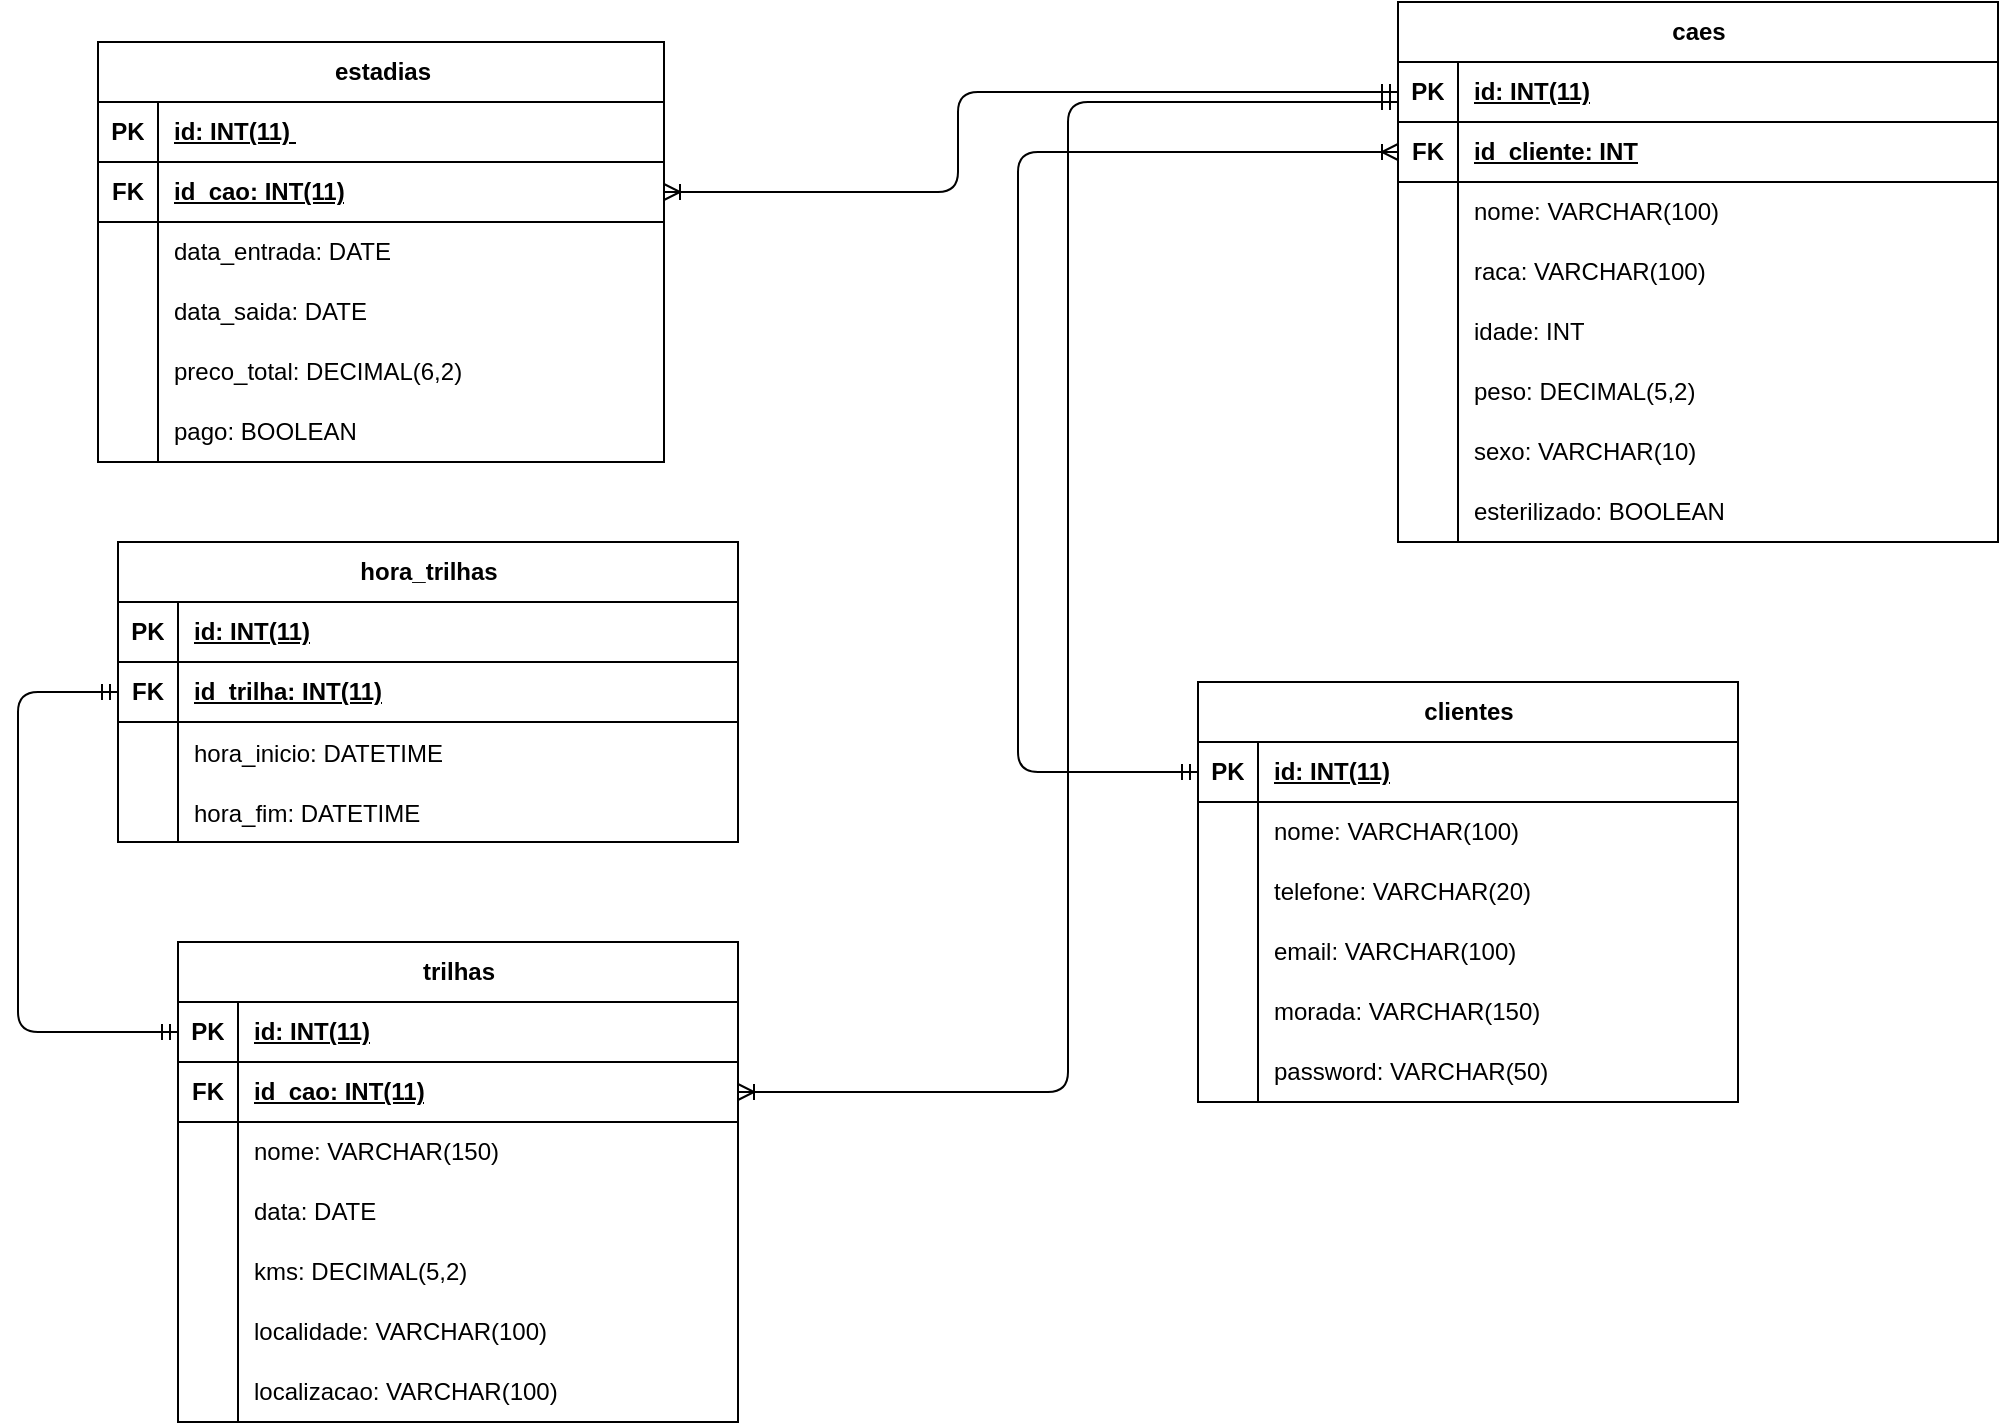
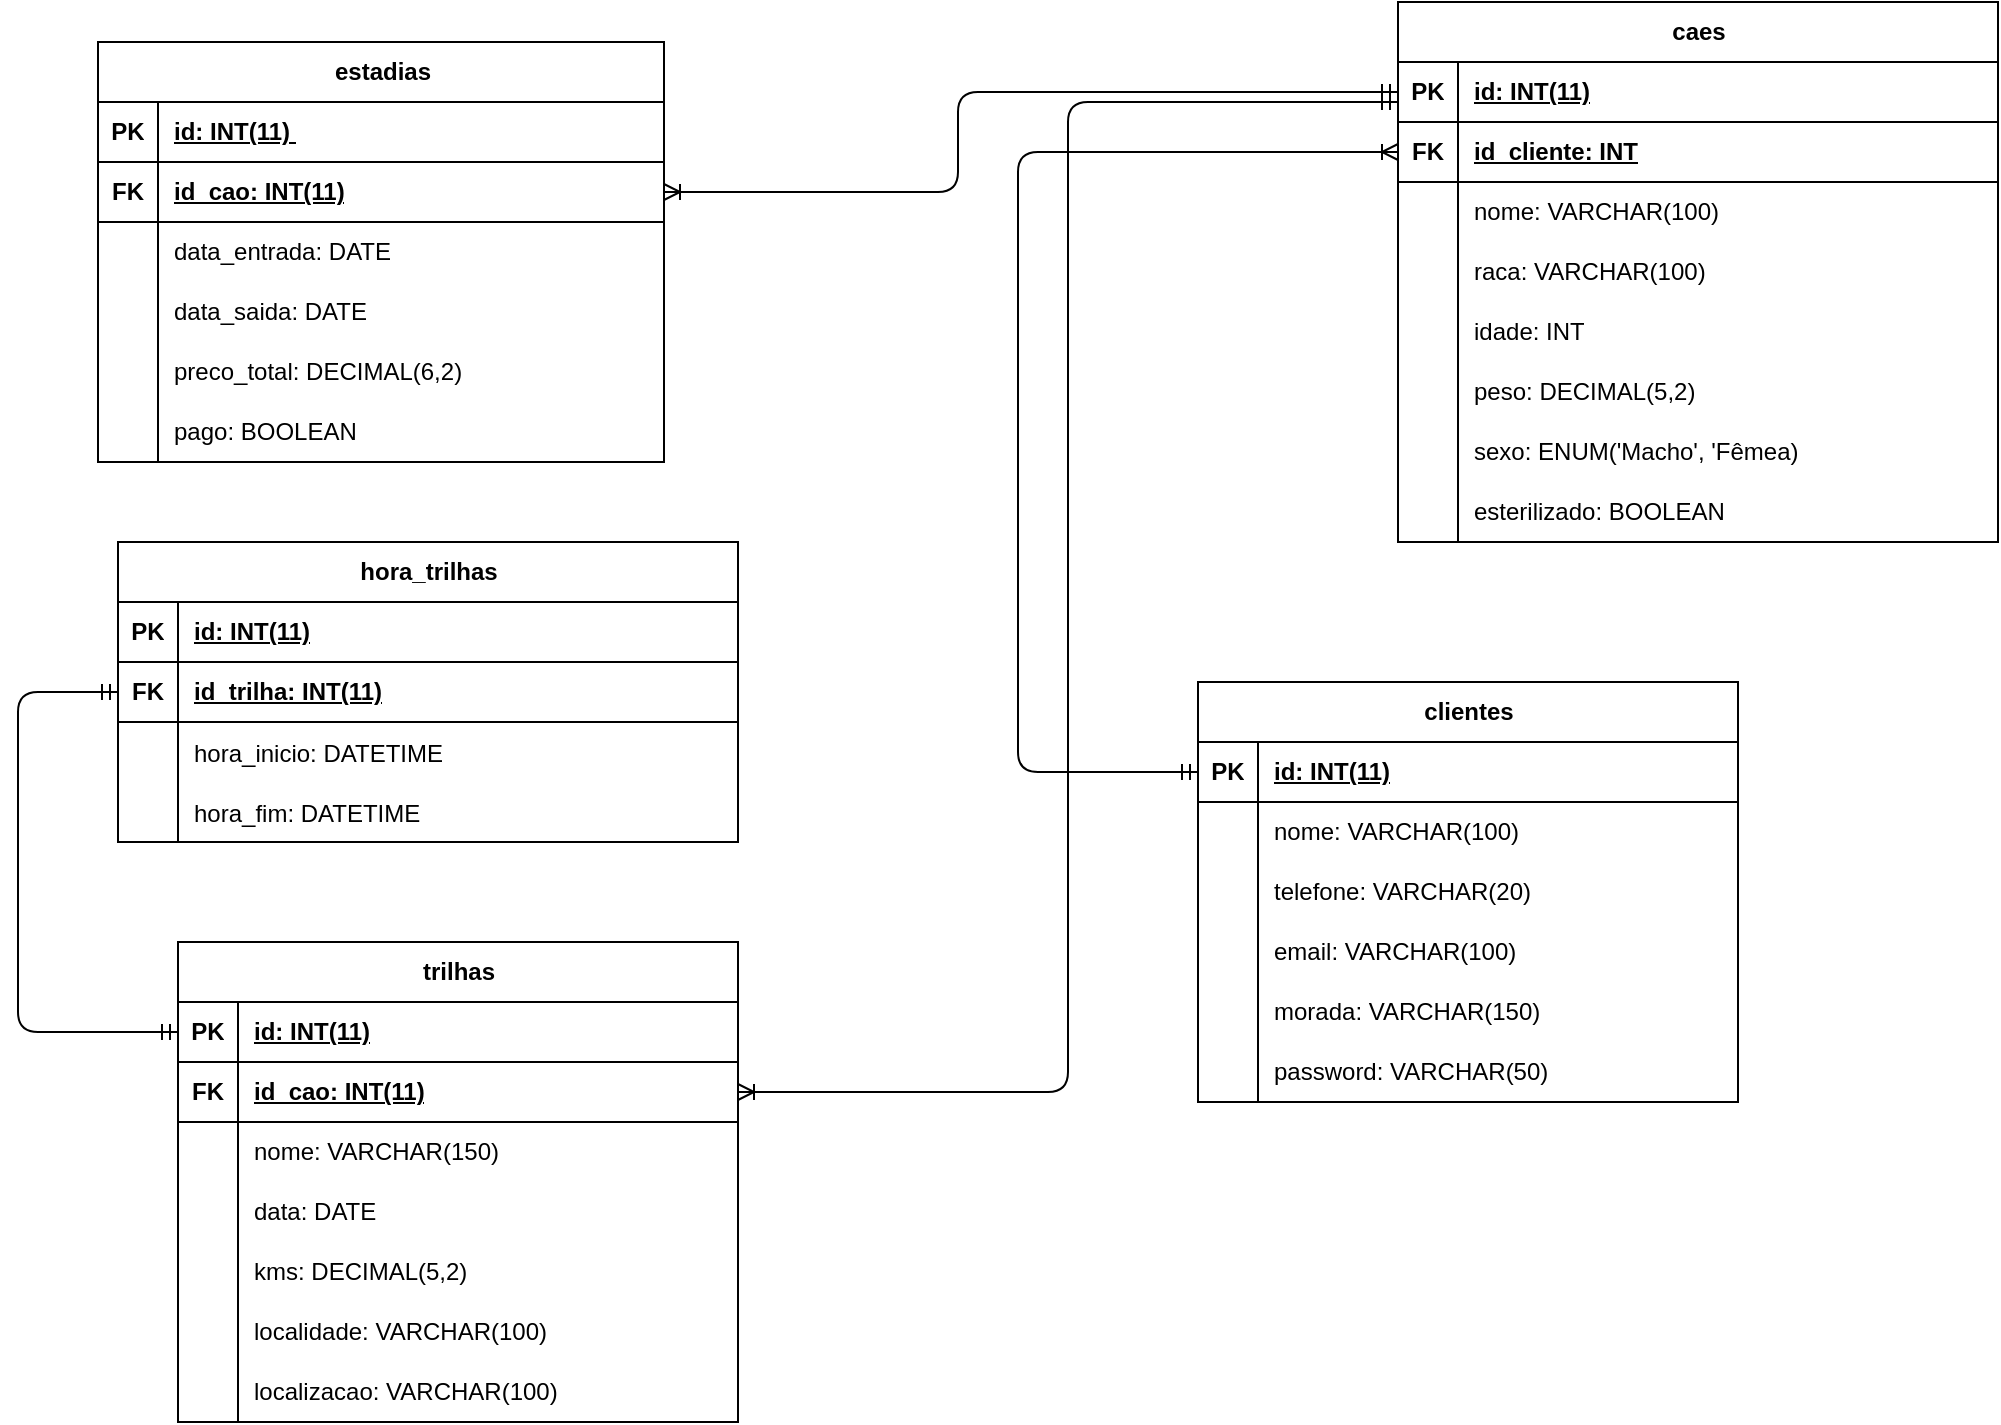
<mxfile host="65bd71144e">
    <diagram id="qsuWvYv3qOpMwH8im1zI" name="Page-1">
-         <mxGraphModel dx="1538" dy="1879" grid="1" gridSize="10" guides="1" tooltips="1" connect="1" arrows="1" fold="1" page="1" pageScale="1" pageWidth="850" pageHeight="1100" math="0" shadow="0">
+         <mxGraphModel dx="540" dy="1879" grid="1" gridSize="10" guides="1" tooltips="1" connect="1" arrows="1" fold="1" page="1" pageScale="1" pageWidth="850" pageHeight="1100" math="0" shadow="0">
            <root>
                <mxCell id="0"/>
                <mxCell id="1" parent="0"/>
                <mxCell id="52" value="estadias" style="shape=table;startSize=30;container=1;collapsible=1;childLayout=tableLayout;fixedRows=1;rowLines=0;fontStyle=1;align=center;resizeLast=1;html=1;" parent="1" vertex="1">
                    <mxGeometry x="150" y="-40" width="283" height="210" as="geometry"/>
                </mxCell>
                <mxCell id="53" value="" style="shape=tableRow;horizontal=0;startSize=0;swimlaneHead=0;swimlaneBody=0;fillColor=none;collapsible=0;dropTarget=0;points=[[0,0.5],[1,0.5]];portConstraint=eastwest;top=0;left=0;right=0;bottom=1;" parent="52" vertex="1">
                    <mxGeometry y="30" width="283" height="30" as="geometry"/>
                </mxCell>
                <mxCell id="54" value="PK" style="shape=partialRectangle;connectable=0;fillColor=none;top=0;left=0;bottom=0;right=0;fontStyle=1;overflow=hidden;whiteSpace=wrap;html=1;" parent="53" vertex="1">
                    <mxGeometry width="30" height="30" as="geometry">
                        <mxRectangle width="30" height="30" as="alternateBounds"/>
                    </mxGeometry>
                </mxCell>
                <mxCell id="55" value="id: INT(11)&amp;nbsp;" style="shape=partialRectangle;connectable=0;fillColor=none;top=0;left=0;bottom=0;right=0;align=left;spacingLeft=6;fontStyle=5;overflow=hidden;whiteSpace=wrap;html=1;" parent="53" vertex="1">
                    <mxGeometry x="30" width="253" height="30" as="geometry">
                        <mxRectangle width="253" height="30" as="alternateBounds"/>
                    </mxGeometry>
                </mxCell>
                <mxCell id="65" style="shape=tableRow;horizontal=0;startSize=0;swimlaneHead=0;swimlaneBody=0;fillColor=none;collapsible=0;dropTarget=0;points=[[0,0.5],[1,0.5]];portConstraint=eastwest;top=0;left=0;right=0;bottom=1;" parent="52" vertex="1">
                    <mxGeometry y="60" width="283" height="30" as="geometry"/>
                </mxCell>
                <mxCell id="66" value="FK" style="shape=partialRectangle;connectable=0;fillColor=none;top=0;left=0;bottom=0;right=0;fontStyle=1;overflow=hidden;whiteSpace=wrap;html=1;" parent="65" vertex="1">
                    <mxGeometry width="30" height="30" as="geometry">
                        <mxRectangle width="30" height="30" as="alternateBounds"/>
                    </mxGeometry>
                </mxCell>
                <mxCell id="67" value="id_cao: INT(11)" style="shape=partialRectangle;connectable=0;fillColor=none;top=0;left=0;bottom=0;right=0;align=left;spacingLeft=6;fontStyle=5;overflow=hidden;whiteSpace=wrap;html=1;" parent="65" vertex="1">
                    <mxGeometry x="30" width="253" height="30" as="geometry">
                        <mxRectangle width="253" height="30" as="alternateBounds"/>
                    </mxGeometry>
                </mxCell>
                <mxCell id="56" value="" style="shape=tableRow;horizontal=0;startSize=0;swimlaneHead=0;swimlaneBody=0;fillColor=none;collapsible=0;dropTarget=0;points=[[0,0.5],[1,0.5]];portConstraint=eastwest;top=0;left=0;right=0;bottom=0;" parent="52" vertex="1">
                    <mxGeometry y="90" width="283" height="30" as="geometry"/>
                </mxCell>
                <mxCell id="57" value="" style="shape=partialRectangle;connectable=0;fillColor=none;top=0;left=0;bottom=0;right=0;editable=1;overflow=hidden;whiteSpace=wrap;html=1;" parent="56" vertex="1">
                    <mxGeometry width="30" height="30" as="geometry">
                        <mxRectangle width="30" height="30" as="alternateBounds"/>
                    </mxGeometry>
                </mxCell>
                <mxCell id="58" value="data_entrada: DATE" style="shape=partialRectangle;connectable=0;fillColor=none;top=0;left=0;bottom=0;right=0;align=left;spacingLeft=6;overflow=hidden;whiteSpace=wrap;html=1;" parent="56" vertex="1">
                    <mxGeometry x="30" width="253" height="30" as="geometry">
                        <mxRectangle width="253" height="30" as="alternateBounds"/>
                    </mxGeometry>
                </mxCell>
                <mxCell id="59" value="" style="shape=tableRow;horizontal=0;startSize=0;swimlaneHead=0;swimlaneBody=0;fillColor=none;collapsible=0;dropTarget=0;points=[[0,0.5],[1,0.5]];portConstraint=eastwest;top=0;left=0;right=0;bottom=0;" parent="52" vertex="1">
                    <mxGeometry y="120" width="283" height="30" as="geometry"/>
                </mxCell>
                <mxCell id="60" value="" style="shape=partialRectangle;connectable=0;fillColor=none;top=0;left=0;bottom=0;right=0;editable=1;overflow=hidden;whiteSpace=wrap;html=1;" parent="59" vertex="1">
                    <mxGeometry width="30" height="30" as="geometry">
                        <mxRectangle width="30" height="30" as="alternateBounds"/>
                    </mxGeometry>
                </mxCell>
                <mxCell id="61" value="data_saida: DATE" style="shape=partialRectangle;connectable=0;fillColor=none;top=0;left=0;bottom=0;right=0;align=left;spacingLeft=6;overflow=hidden;whiteSpace=wrap;html=1;" parent="59" vertex="1">
                    <mxGeometry x="30" width="253" height="30" as="geometry">
                        <mxRectangle width="253" height="30" as="alternateBounds"/>
                    </mxGeometry>
                </mxCell>
                <mxCell id="62" value="" style="shape=tableRow;horizontal=0;startSize=0;swimlaneHead=0;swimlaneBody=0;fillColor=none;collapsible=0;dropTarget=0;points=[[0,0.5],[1,0.5]];portConstraint=eastwest;top=0;left=0;right=0;bottom=0;" parent="52" vertex="1">
                    <mxGeometry y="150" width="283" height="30" as="geometry"/>
                </mxCell>
                <mxCell id="63" value="" style="shape=partialRectangle;connectable=0;fillColor=none;top=0;left=0;bottom=0;right=0;editable=1;overflow=hidden;whiteSpace=wrap;html=1;" parent="62" vertex="1">
                    <mxGeometry width="30" height="30" as="geometry">
                        <mxRectangle width="30" height="30" as="alternateBounds"/>
                    </mxGeometry>
                </mxCell>
                <mxCell id="64" value="&lt;span style=&quot;color: rgb(0, 0, 0);&quot;&gt;preco_total: DECIMAL(6,2)&amp;nbsp;&lt;/span&gt;" style="shape=partialRectangle;connectable=0;fillColor=none;top=0;left=0;bottom=0;right=0;align=left;spacingLeft=6;overflow=hidden;whiteSpace=wrap;html=1;" parent="62" vertex="1">
                    <mxGeometry x="30" width="253" height="30" as="geometry">
                        <mxRectangle width="253" height="30" as="alternateBounds"/>
                    </mxGeometry>
                </mxCell>
                <mxCell id="68" style="shape=tableRow;horizontal=0;startSize=0;swimlaneHead=0;swimlaneBody=0;fillColor=none;collapsible=0;dropTarget=0;points=[[0,0.5],[1,0.5]];portConstraint=eastwest;top=0;left=0;right=0;bottom=0;" parent="52" vertex="1">
                    <mxGeometry y="180" width="283" height="30" as="geometry"/>
                </mxCell>
                <mxCell id="69" style="shape=partialRectangle;connectable=0;fillColor=none;top=0;left=0;bottom=0;right=0;editable=1;overflow=hidden;whiteSpace=wrap;html=1;" parent="68" vertex="1">
                    <mxGeometry width="30" height="30" as="geometry">
                        <mxRectangle width="30" height="30" as="alternateBounds"/>
                    </mxGeometry>
                </mxCell>
                <mxCell id="70" value="&lt;span style=&quot;color: rgb(0, 0, 0);&quot;&gt;pago: BOOLEAN&lt;/span&gt;" style="shape=partialRectangle;connectable=0;fillColor=none;top=0;left=0;bottom=0;right=0;align=left;spacingLeft=6;overflow=hidden;whiteSpace=wrap;html=1;" parent="68" vertex="1">
                    <mxGeometry x="30" width="253" height="30" as="geometry">
                        <mxRectangle width="253" height="30" as="alternateBounds"/>
                    </mxGeometry>
                </mxCell>
                <mxCell id="71" value="caes" style="shape=table;startSize=30;container=1;collapsible=1;childLayout=tableLayout;fixedRows=1;rowLines=0;fontStyle=1;align=center;resizeLast=1;html=1;" parent="1" vertex="1">
                    <mxGeometry x="800" y="-60" width="300" height="270" as="geometry"/>
                </mxCell>
                <mxCell id="72" value="" style="shape=tableRow;horizontal=0;startSize=0;swimlaneHead=0;swimlaneBody=0;fillColor=none;collapsible=0;dropTarget=0;points=[[0,0.5],[1,0.5]];portConstraint=eastwest;top=0;left=0;right=0;bottom=1;" parent="71" vertex="1">
                    <mxGeometry y="30" width="300" height="30" as="geometry"/>
                </mxCell>
                <mxCell id="73" value="PK" style="shape=partialRectangle;connectable=0;fillColor=none;top=0;left=0;bottom=0;right=0;fontStyle=1;overflow=hidden;whiteSpace=wrap;html=1;" parent="72" vertex="1">
                    <mxGeometry width="30" height="30" as="geometry">
                        <mxRectangle width="30" height="30" as="alternateBounds"/>
                    </mxGeometry>
                </mxCell>
                <mxCell id="74" value="id: INT(11)" style="shape=partialRectangle;connectable=0;fillColor=none;top=0;left=0;bottom=0;right=0;align=left;spacingLeft=6;fontStyle=5;overflow=hidden;whiteSpace=wrap;html=1;" parent="72" vertex="1">
                    <mxGeometry x="30" width="270" height="30" as="geometry">
                        <mxRectangle width="270" height="30" as="alternateBounds"/>
                    </mxGeometry>
                </mxCell>
                <mxCell id="97" style="shape=tableRow;horizontal=0;startSize=0;swimlaneHead=0;swimlaneBody=0;fillColor=none;collapsible=0;dropTarget=0;points=[[0,0.5],[1,0.5]];portConstraint=eastwest;top=0;left=0;right=0;bottom=1;" parent="71" vertex="1">
                    <mxGeometry y="60" width="300" height="30" as="geometry"/>
                </mxCell>
                <mxCell id="98" value="FK" style="shape=partialRectangle;connectable=0;fillColor=none;top=0;left=0;bottom=0;right=0;fontStyle=1;overflow=hidden;whiteSpace=wrap;html=1;" parent="97" vertex="1">
                    <mxGeometry width="30" height="30" as="geometry">
                        <mxRectangle width="30" height="30" as="alternateBounds"/>
                    </mxGeometry>
                </mxCell>
                <mxCell id="99" value="id_cliente: INT" style="shape=partialRectangle;connectable=0;fillColor=none;top=0;left=0;bottom=0;right=0;align=left;spacingLeft=6;fontStyle=5;overflow=hidden;whiteSpace=wrap;html=1;" parent="97" vertex="1">
                    <mxGeometry x="30" width="270" height="30" as="geometry">
                        <mxRectangle width="270" height="30" as="alternateBounds"/>
                    </mxGeometry>
                </mxCell>
                <mxCell id="75" value="" style="shape=tableRow;horizontal=0;startSize=0;swimlaneHead=0;swimlaneBody=0;fillColor=none;collapsible=0;dropTarget=0;points=[[0,0.5],[1,0.5]];portConstraint=eastwest;top=0;left=0;right=0;bottom=0;" parent="71" vertex="1">
                    <mxGeometry y="90" width="300" height="30" as="geometry"/>
                </mxCell>
                <mxCell id="76" value="" style="shape=partialRectangle;connectable=0;fillColor=none;top=0;left=0;bottom=0;right=0;editable=1;overflow=hidden;whiteSpace=wrap;html=1;" parent="75" vertex="1">
                    <mxGeometry width="30" height="30" as="geometry">
                        <mxRectangle width="30" height="30" as="alternateBounds"/>
                    </mxGeometry>
                </mxCell>
                <mxCell id="77" value="nome&lt;span style=&quot;color: rgb(0, 0, 0);&quot;&gt;: VARCHAR(100)&lt;/span&gt;" style="shape=partialRectangle;connectable=0;fillColor=none;top=0;left=0;bottom=0;right=0;align=left;spacingLeft=6;overflow=hidden;whiteSpace=wrap;html=1;" parent="75" vertex="1">
                    <mxGeometry x="30" width="270" height="30" as="geometry">
                        <mxRectangle width="270" height="30" as="alternateBounds"/>
                    </mxGeometry>
                </mxCell>
                <mxCell id="78" value="" style="shape=tableRow;horizontal=0;startSize=0;swimlaneHead=0;swimlaneBody=0;fillColor=none;collapsible=0;dropTarget=0;points=[[0,0.5],[1,0.5]];portConstraint=eastwest;top=0;left=0;right=0;bottom=0;" parent="71" vertex="1">
                    <mxGeometry y="120" width="300" height="30" as="geometry"/>
                </mxCell>
                <mxCell id="79" value="" style="shape=partialRectangle;connectable=0;fillColor=none;top=0;left=0;bottom=0;right=0;editable=1;overflow=hidden;whiteSpace=wrap;html=1;" parent="78" vertex="1">
                    <mxGeometry width="30" height="30" as="geometry">
                        <mxRectangle width="30" height="30" as="alternateBounds"/>
                    </mxGeometry>
                </mxCell>
                <mxCell id="80" value="raca&lt;span style=&quot;color: rgb(0, 0, 0);&quot;&gt;: VARCHAR(100)&lt;/span&gt;" style="shape=partialRectangle;connectable=0;fillColor=none;top=0;left=0;bottom=0;right=0;align=left;spacingLeft=6;overflow=hidden;whiteSpace=wrap;html=1;" parent="78" vertex="1">
                    <mxGeometry x="30" width="270" height="30" as="geometry">
                        <mxRectangle width="270" height="30" as="alternateBounds"/>
                    </mxGeometry>
                </mxCell>
                <mxCell id="81" value="" style="shape=tableRow;horizontal=0;startSize=0;swimlaneHead=0;swimlaneBody=0;fillColor=none;collapsible=0;dropTarget=0;points=[[0,0.5],[1,0.5]];portConstraint=eastwest;top=0;left=0;right=0;bottom=0;" parent="71" vertex="1">
                    <mxGeometry y="150" width="300" height="30" as="geometry"/>
                </mxCell>
                <mxCell id="82" value="" style="shape=partialRectangle;connectable=0;fillColor=none;top=0;left=0;bottom=0;right=0;editable=1;overflow=hidden;whiteSpace=wrap;html=1;" parent="81" vertex="1">
                    <mxGeometry width="30" height="30" as="geometry">
                        <mxRectangle width="30" height="30" as="alternateBounds"/>
                    </mxGeometry>
                </mxCell>
                <mxCell id="83" value="idade: INT" style="shape=partialRectangle;connectable=0;fillColor=none;top=0;left=0;bottom=0;right=0;align=left;spacingLeft=6;overflow=hidden;whiteSpace=wrap;html=1;" parent="81" vertex="1">
                    <mxGeometry x="30" width="270" height="30" as="geometry">
                        <mxRectangle width="270" height="30" as="alternateBounds"/>
                    </mxGeometry>
                </mxCell>
                <mxCell id="106" style="shape=tableRow;horizontal=0;startSize=0;swimlaneHead=0;swimlaneBody=0;fillColor=none;collapsible=0;dropTarget=0;points=[[0,0.5],[1,0.5]];portConstraint=eastwest;top=0;left=0;right=0;bottom=0;" parent="71" vertex="1">
                    <mxGeometry y="180" width="300" height="30" as="geometry"/>
                </mxCell>
                <mxCell id="107" style="shape=partialRectangle;connectable=0;fillColor=none;top=0;left=0;bottom=0;right=0;editable=1;overflow=hidden;whiteSpace=wrap;html=1;" parent="106" vertex="1">
                    <mxGeometry width="30" height="30" as="geometry">
                        <mxRectangle width="30" height="30" as="alternateBounds"/>
                    </mxGeometry>
                </mxCell>
                <mxCell id="108" value="peso: DECIMAL(5,2)" style="shape=partialRectangle;connectable=0;fillColor=none;top=0;left=0;bottom=0;right=0;align=left;spacingLeft=6;overflow=hidden;whiteSpace=wrap;html=1;" parent="106" vertex="1">
                    <mxGeometry x="30" width="270" height="30" as="geometry">
                        <mxRectangle width="270" height="30" as="alternateBounds"/>
                    </mxGeometry>
                </mxCell>
                <mxCell id="103" style="shape=tableRow;horizontal=0;startSize=0;swimlaneHead=0;swimlaneBody=0;fillColor=none;collapsible=0;dropTarget=0;points=[[0,0.5],[1,0.5]];portConstraint=eastwest;top=0;left=0;right=0;bottom=0;" parent="71" vertex="1">
                    <mxGeometry y="210" width="300" height="30" as="geometry"/>
                </mxCell>
                <mxCell id="104" style="shape=partialRectangle;connectable=0;fillColor=none;top=0;left=0;bottom=0;right=0;editable=1;overflow=hidden;whiteSpace=wrap;html=1;" parent="103" vertex="1">
                    <mxGeometry width="30" height="30" as="geometry">
                        <mxRectangle width="30" height="30" as="alternateBounds"/>
                    </mxGeometry>
                </mxCell>
-                 <mxCell id="105" value="sexo&lt;span style=&quot;color: rgb(0, 0, 0);&quot;&gt;: VARCHAR(10)&lt;/span&gt;" style="shape=partialRectangle;connectable=0;fillColor=none;top=0;left=0;bottom=0;right=0;align=left;spacingLeft=6;overflow=hidden;whiteSpace=wrap;html=1;" parent="103" vertex="1">
+                 <mxCell id="105" value="sexo&lt;span style=&quot;color: rgb(0, 0, 0);&quot;&gt;: ENUM(&#39;Macho&#39;, &#39;Fêmea)&lt;/span&gt;" style="shape=partialRectangle;connectable=0;fillColor=none;top=0;left=0;bottom=0;right=0;align=left;spacingLeft=6;overflow=hidden;whiteSpace=wrap;html=1;" parent="103" vertex="1">
                    <mxGeometry x="30" width="270" height="30" as="geometry">
                        <mxRectangle width="270" height="30" as="alternateBounds"/>
                    </mxGeometry>
                </mxCell>
                <mxCell id="100" style="shape=tableRow;horizontal=0;startSize=0;swimlaneHead=0;swimlaneBody=0;fillColor=none;collapsible=0;dropTarget=0;points=[[0,0.5],[1,0.5]];portConstraint=eastwest;top=0;left=0;right=0;bottom=0;" parent="71" vertex="1">
                    <mxGeometry y="240" width="300" height="30" as="geometry"/>
                </mxCell>
                <mxCell id="101" style="shape=partialRectangle;connectable=0;fillColor=none;top=0;left=0;bottom=0;right=0;editable=1;overflow=hidden;whiteSpace=wrap;html=1;" parent="100" vertex="1">
                    <mxGeometry width="30" height="30" as="geometry">
                        <mxRectangle width="30" height="30" as="alternateBounds"/>
                    </mxGeometry>
                </mxCell>
                <mxCell id="102" value="esterilizado: BOOLEAN" style="shape=partialRectangle;connectable=0;fillColor=none;top=0;left=0;bottom=0;right=0;align=left;spacingLeft=6;overflow=hidden;whiteSpace=wrap;html=1;" parent="100" vertex="1">
                    <mxGeometry x="30" width="270" height="30" as="geometry">
                        <mxRectangle width="270" height="30" as="alternateBounds"/>
                    </mxGeometry>
                </mxCell>
                <mxCell id="115" value="clientes" style="shape=table;startSize=30;container=1;collapsible=1;childLayout=tableLayout;fixedRows=1;rowLines=0;fontStyle=1;align=center;resizeLast=1;html=1;" parent="1" vertex="1">
                    <mxGeometry x="700" y="280" width="270" height="210" as="geometry"/>
                </mxCell>
                <mxCell id="116" value="" style="shape=tableRow;horizontal=0;startSize=0;swimlaneHead=0;swimlaneBody=0;fillColor=none;collapsible=0;dropTarget=0;points=[[0,0.5],[1,0.5]];portConstraint=eastwest;top=0;left=0;right=0;bottom=1;" parent="115" vertex="1">
                    <mxGeometry y="30" width="270" height="30" as="geometry"/>
                </mxCell>
                <mxCell id="117" value="PK" style="shape=partialRectangle;connectable=0;fillColor=none;top=0;left=0;bottom=0;right=0;fontStyle=1;overflow=hidden;whiteSpace=wrap;html=1;" parent="116" vertex="1">
                    <mxGeometry width="30" height="30" as="geometry">
                        <mxRectangle width="30" height="30" as="alternateBounds"/>
                    </mxGeometry>
                </mxCell>
                <mxCell id="118" value="id: INT(11)" style="shape=partialRectangle;connectable=0;fillColor=none;top=0;left=0;bottom=0;right=0;align=left;spacingLeft=6;fontStyle=5;overflow=hidden;whiteSpace=wrap;html=1;" parent="116" vertex="1">
                    <mxGeometry x="30" width="240" height="30" as="geometry">
                        <mxRectangle width="240" height="30" as="alternateBounds"/>
                    </mxGeometry>
                </mxCell>
                <mxCell id="119" value="" style="shape=tableRow;horizontal=0;startSize=0;swimlaneHead=0;swimlaneBody=0;fillColor=none;collapsible=0;dropTarget=0;points=[[0,0.5],[1,0.5]];portConstraint=eastwest;top=0;left=0;right=0;bottom=0;" parent="115" vertex="1">
                    <mxGeometry y="60" width="270" height="30" as="geometry"/>
                </mxCell>
                <mxCell id="120" value="" style="shape=partialRectangle;connectable=0;fillColor=none;top=0;left=0;bottom=0;right=0;editable=1;overflow=hidden;whiteSpace=wrap;html=1;" parent="119" vertex="1">
                    <mxGeometry width="30" height="30" as="geometry">
                        <mxRectangle width="30" height="30" as="alternateBounds"/>
                    </mxGeometry>
                </mxCell>
                <mxCell id="121" value="nome&lt;span style=&quot;color: rgb(0, 0, 0);&quot;&gt;: VARCHAR(100)&lt;/span&gt;" style="shape=partialRectangle;connectable=0;fillColor=none;top=0;left=0;bottom=0;right=0;align=left;spacingLeft=6;overflow=hidden;whiteSpace=wrap;html=1;" parent="119" vertex="1">
                    <mxGeometry x="30" width="240" height="30" as="geometry">
                        <mxRectangle width="240" height="30" as="alternateBounds"/>
                    </mxGeometry>
                </mxCell>
                <mxCell id="122" value="" style="shape=tableRow;horizontal=0;startSize=0;swimlaneHead=0;swimlaneBody=0;fillColor=none;collapsible=0;dropTarget=0;points=[[0,0.5],[1,0.5]];portConstraint=eastwest;top=0;left=0;right=0;bottom=0;" parent="115" vertex="1">
                    <mxGeometry y="90" width="270" height="30" as="geometry"/>
                </mxCell>
                <mxCell id="123" value="" style="shape=partialRectangle;connectable=0;fillColor=none;top=0;left=0;bottom=0;right=0;editable=1;overflow=hidden;whiteSpace=wrap;html=1;" parent="122" vertex="1">
                    <mxGeometry width="30" height="30" as="geometry">
                        <mxRectangle width="30" height="30" as="alternateBounds"/>
                    </mxGeometry>
                </mxCell>
                <mxCell id="124" value="telefone&lt;span style=&quot;color: rgb(0, 0, 0);&quot;&gt;: VARCHAR(20)&lt;/span&gt;" style="shape=partialRectangle;connectable=0;fillColor=none;top=0;left=0;bottom=0;right=0;align=left;spacingLeft=6;overflow=hidden;whiteSpace=wrap;html=1;" parent="122" vertex="1">
                    <mxGeometry x="30" width="240" height="30" as="geometry">
                        <mxRectangle width="240" height="30" as="alternateBounds"/>
                    </mxGeometry>
                </mxCell>
                <mxCell id="125" value="" style="shape=tableRow;horizontal=0;startSize=0;swimlaneHead=0;swimlaneBody=0;fillColor=none;collapsible=0;dropTarget=0;points=[[0,0.5],[1,0.5]];portConstraint=eastwest;top=0;left=0;right=0;bottom=0;" parent="115" vertex="1">
                    <mxGeometry y="120" width="270" height="30" as="geometry"/>
                </mxCell>
                <mxCell id="126" value="" style="shape=partialRectangle;connectable=0;fillColor=none;top=0;left=0;bottom=0;right=0;editable=1;overflow=hidden;whiteSpace=wrap;html=1;" parent="125" vertex="1">
                    <mxGeometry width="30" height="30" as="geometry">
                        <mxRectangle width="30" height="30" as="alternateBounds"/>
                    </mxGeometry>
                </mxCell>
                <mxCell id="127" value="email&lt;span style=&quot;color: rgb(0, 0, 0);&quot;&gt;: VARCHAR(100)&lt;/span&gt;" style="shape=partialRectangle;connectable=0;fillColor=none;top=0;left=0;bottom=0;right=0;align=left;spacingLeft=6;overflow=hidden;whiteSpace=wrap;html=1;" parent="125" vertex="1">
                    <mxGeometry x="30" width="240" height="30" as="geometry">
                        <mxRectangle width="240" height="30" as="alternateBounds"/>
                    </mxGeometry>
                </mxCell>
                <mxCell id="128" style="shape=tableRow;horizontal=0;startSize=0;swimlaneHead=0;swimlaneBody=0;fillColor=none;collapsible=0;dropTarget=0;points=[[0,0.5],[1,0.5]];portConstraint=eastwest;top=0;left=0;right=0;bottom=0;" parent="115" vertex="1">
                    <mxGeometry y="150" width="270" height="30" as="geometry"/>
                </mxCell>
                <mxCell id="129" style="shape=partialRectangle;connectable=0;fillColor=none;top=0;left=0;bottom=0;right=0;editable=1;overflow=hidden;whiteSpace=wrap;html=1;" parent="128" vertex="1">
                    <mxGeometry width="30" height="30" as="geometry">
                        <mxRectangle width="30" height="30" as="alternateBounds"/>
                    </mxGeometry>
                </mxCell>
                <mxCell id="130" value="morada&lt;span style=&quot;color: rgb(0, 0, 0);&quot;&gt;: VARCHAR(150)&lt;/span&gt;" style="shape=partialRectangle;connectable=0;fillColor=none;top=0;left=0;bottom=0;right=0;align=left;spacingLeft=6;overflow=hidden;whiteSpace=wrap;html=1;" parent="128" vertex="1">
                    <mxGeometry x="30" width="240" height="30" as="geometry">
                        <mxRectangle width="240" height="30" as="alternateBounds"/>
                    </mxGeometry>
                </mxCell>
                <mxCell id="186" style="shape=tableRow;horizontal=0;startSize=0;swimlaneHead=0;swimlaneBody=0;fillColor=none;collapsible=0;dropTarget=0;points=[[0,0.5],[1,0.5]];portConstraint=eastwest;top=0;left=0;right=0;bottom=0;" parent="115" vertex="1">
                    <mxGeometry y="180" width="270" height="30" as="geometry"/>
                </mxCell>
                <mxCell id="187" style="shape=partialRectangle;connectable=0;fillColor=none;top=0;left=0;bottom=0;right=0;editable=1;overflow=hidden;whiteSpace=wrap;html=1;" parent="186" vertex="1">
                    <mxGeometry width="30" height="30" as="geometry">
                        <mxRectangle width="30" height="30" as="alternateBounds"/>
                    </mxGeometry>
                </mxCell>
                <mxCell id="188" value="&lt;span style=&quot;color: rgb(0, 0, 0);&quot;&gt;password&lt;/span&gt;&lt;span style=&quot;color: rgb(0, 0, 0);&quot;&gt;: VARCHAR(50)&lt;/span&gt;&lt;span style=&quot;font-family: monospace; font-size: 0px; text-wrap-mode: nowrap;&quot;&gt;%3CmxGraphModel%3E%3Croot%3E%3CmxCell%20id%3D%220%22%2F%3E%3CmxCell%20id%3D%221%22%20parent%3D%220%22%2F%3E%3CmxCell%20id%3D%222%22%20value%3D%22morada%26amp%3Bnbsp%3B%26lt%3Bspan%20style%3D%26quot%3Bfont-family%3A%20Consolas%2C%20%26amp%3Bquot%3BCourier%20New%26amp%3Bquot%3B%2C%20monospace%3B%20font-size%3A%2014px%3B%20white-space%3A%20pre%3B%20color%3A%20rgb(86%2C%20156%2C%20214)%3B%26quot%3B%26gt%3BVARCHAR%26lt%3B%2Fspan%26gt%3B%26lt%3Bspan%20style%3D%26quot%3Bcolor%3A%20rgb(204%2C%20204%2C%20204)%3B%20font-family%3A%20Consolas%2C%20%26amp%3Bquot%3BCourier%20New%26amp%3Bquot%3B%2C%20monospace%3B%20font-size%3A%2014px%3B%20white-space%3A%20pre%3B%26quot%3B%26gt%3B(%26lt%3B%2Fspan%26gt%3B%26lt%3Bspan%20style%3D%26quot%3Bfont-family%3A%20Consolas%2C%20%26amp%3Bquot%3BCourier%20New%26amp%3Bquot%3B%2C%20monospace%3B%20font-size%3A%2014px%3B%20white-space%3A%20pre%3B%20color%3A%20rgb(181%2C%20206%2C%20168)%3B%26quot%3B%26gt%3B100%26lt%3B%2Fspan%26gt%3B%26lt%3Bspan%20style%3D%26quot%3Bcolor%3A%20rgb(204%2C%20204%2C%20204)%3B%20font-family%3A%20Consolas%2C%20%26amp%3Bquot%3BCourier%20New%26amp%3Bquot%3B%2C%20monospace%3B%20font-size%3A%2014px%3B%20white-space%3A%20pre%3B%26quot%3B%26gt%3B)%20%26lt%3B%2Fspan%26gt%3B%26lt%3Bspan%20style%3D%26quot%3Bfont-family%3A%20Consolas%2C%20%26amp%3Bquot%3BCourier%20New%26amp%3Bquot%3B%2C%20monospace%3B%20font-size%3A%2014px%3B%20white-space%3A%20pre%3B%20color%3A%20rgb(86%2C%20156%2C%20214)%3B%26quot%3B%26gt%3BNOT%26lt%3B%2Fspan%26gt%3B%26lt%3Bspan%20style%3D%26quot%3Bcolor%3A%20rgb(204%2C%20204%2C%20204)%3B%20font-family%3A%20Consolas%2C%20%26amp%3Bquot%3BCourier%20New%26amp%3Bquot%3B%2C%20monospace%3B%20font-size%3A%2014px%3B%20white-space%3A%20pre%3B%26quot%3B%26gt%3B%20%26lt%3B%2Fspan%26gt%3B%26lt%3Bspan%20style%3D%26quot%3Bfont-family%3A%20Consolas%2C%20%26amp%3Bquot%3BCourier%20New%26amp%3Bquot%3B%2C%20monospace%3B%20font-size%3A%2014px%3B%20white-space%3A%20pre%3B%20color%3A%20rgb(86%2C%20156%2C%20214)%3B%26quot%3B%26gt%3BNULL%26lt%3B%2Fspan%26gt%3B%22%20style%3D%22shape%3DpartialRectangle%3Bconnectable%3D0%3BfillColor%3Dnone%3Btop%3D0%3Bleft%3D0%3Bbottom%3D0%3Bright%3D0%3Balign%3Dleft%3BspacingLeft%3D6%3Boverflow%3Dhidden%3BwhiteSpace%3Dwrap%3Bhtml%3D1%3B%22%20vertex%3D%221%22%20parent%3D%221%22%3E%3CmxGeometry%20x%3D%22580%22%20y%3D%22415%22%20width%3D%22240%22%20height%3D%2230%22%20as%3D%22geometry%22%3E%3CmxRectangle%20width%3D%22240%22%20height%3D%2230%22%20as%3D%22alternateBounds%22%2F%3E%3C%2FmxGeometry%3E%3C%2FmxCell%3E%3CmxCell%20id%3D%223%22%20value%3D%22password%26amp%3Bnbsp%3B%22%20style%3D%22shape%3DpartialRectangle%3Bconnectable%3D0%3BfillColor%3Dnone%3Btop%3D0%3Bleft%3D0%3Bbottom%3D0%3Bright%3D0%3Balign%3Dleft%3BspacingLeft%3D6%3Boverflow%3Dhidden%3BwhiteSpace%3Dwrap%3Bhtml%3D1%3B%22%20vertex%3D%221%22%20parent%3D%221%22%3E%3CmxGeometry%20x%3D%22580%22%20y%3D%22445%22%20width%3D%22240%22%20height%3D%2230%22%20as%3D%22geometry%22%3E%3CmxRectangle%20width%3D%22240%22%20height%3D%2230%22%20as%3D%22alternateBounds%22%2F%3E%3C%2FmxGeometry%3E%3C%2FmxCell%3E%3C%2Froot%3E%3C%2FmxGraphModel%3E&lt;/span&gt;&lt;span style=&quot;font-family: monospace; font-size: 0px; text-wrap-mode: nowrap;&quot;&gt;%3CmxGraphModel%3E%3Croot%3E%3CmxCell%20id%3D%220%22%2F%3E%3CmxCell%20id%3D%221%22%20parent%3D%220%22%2F%3E%3CmxCell%20id%3D%222%22%20value%3D%22morada%26amp%3Bnbsp%3B%26lt%3Bspan%20style%3D%26quot%3Bfont-family%3A%20Consolas%2C%20%26amp%3Bquot%3BCourier%20New%26amp%3Bquot%3B%2C%20monospace%3B%20font-size%3A%2014px%3B%20white-space%3A%20pre%3B%20color%3A%20rgb(86%2C%20156%2C%20214)%3B%26quot%3B%26gt%3BVARCHAR%26lt%3B%2Fspan%26gt%3B%26lt%3Bspan%20style%3D%26quot%3Bcolor%3A%20rgb(204%2C%20204%2C%20204)%3B%20font-family%3A%20Consolas%2C%20%26amp%3Bquot%3BCourier%20New%26amp%3Bquot%3B%2C%20monospace%3B%20font-size%3A%2014px%3B%20white-space%3A%20pre%3B%26quot%3B%26gt%3B(%26lt%3B%2Fspan%26gt%3B%26lt%3Bspan%20style%3D%26quot%3Bfont-family%3A%20Consolas%2C%20%26amp%3Bquot%3BCourier%20New%26amp%3Bquot%3B%2C%20monospace%3B%20font-size%3A%2014px%3B%20white-space%3A%20pre%3B%20color%3A%20rgb(181%2C%20206%2C%20168)%3B%26quot%3B%26gt%3B100%26lt%3B%2Fspan%26gt%3B%26lt%3Bspan%20style%3D%26quot%3Bcolor%3A%20rgb(204%2C%20204%2C%20204)%3B%20font-family%3A%20Consolas%2C%20%26amp%3Bquot%3BCourier%20New%26amp%3Bquot%3B%2C%20monospace%3B%20font-size%3A%2014px%3B%20white-space%3A%20pre%3B%26quot%3B%26gt%3B)%20%26lt%3B%2Fspan%26gt%3B%26lt%3Bspan%20style%3D%26quot%3Bfont-family%3A%20Consolas%2C%20%26amp%3Bquot%3BCourier%20New%26amp%3Bquot%3B%2C%20monospace%3B%20font-size%3A%2014px%3B%20white-space%3A%20pre%3B%20color%3A%20rgb(86%2C%20156%2C%20214)%3B%26quot%3B%26gt%3BNOT%26lt%3B%2Fspan%26gt%3B%26lt%3Bspan%20style%3D%26quot%3Bcolor%3A%20rgb(204%2C%20204%2C%20204)%3B%20font-family%3A%20Consolas%2C%20%26amp%3Bquot%3BCourier%20New%26amp%3Bquot%3B%2C%20monospace%3B%20font-size%3A%2014px%3B%20white-space%3A%20pre%3B%26quot%3B%26gt%3B%20%26lt%3B%2Fspan%26gt%3B%26lt%3Bspan%20style%3D%26quot%3Bfont-family%3A%20Consolas%2C%20%26amp%3Bquot%3BCourier%20New%26amp%3Bquot%3B%2C%20monospace%3B%20font-size%3A%2014px%3B%20white-space%3A%20pre%3B%20color%3A%20rgb(86%2C%20156%2C%20214)%3B%26quot%3B%26gt%3BNULL%26lt%3B%2Fspan%26gt%3B%22%20style%3D%22shape%3DpartialRectangle%3Bconnectable%3D0%3BfillColor%3Dnone%3Btop%3D0%3Bleft%3D0%3Bbottom%3D0%3Bright%3D0%3Balign%3Dleft%3BspacingLeft%3D6%3Boverflow%3Dhidden%3BwhiteSpace%3Dwrap%3Bhtml%3D1%3B%22%20vertex%3D%221%22%20parent%3D%221%22%3E%3CmxGeometry%20x%3D%22580%22%20y%3D%22415%22%20width%3D%22240%22%20height%3D%2230%22%20as%3D%22geometry%22%3E%3CmxRectangle%20width%3D%22240%22%20height%3D%2230%22%20as%3D%22alternateBounds%22%2F%3E%3C%2FmxGeometry%3E%3C%2FmxCell%3E%3CmxCell%20id%3D%223%22%20value%3D%22password%26amp%3Bnbsp%3B%22%20style%3D%22shape%3DpartialRectangle%3Bconnectable%3D0%3BfillColor%3Dnone%3Btop%3D0%3Bleft%3D0%3Bbottom%3D0%3Bright%3D0%3Balign%3Dleft%3BspacingLeft%3D6%3Boverflow%3Dhidden%3BwhiteSpace%3Dwrap%3Bhtml%3D1%3B%22%20vertex%3D%221%22%20parent%3D%221%22%3E%3CmxGeometry%20x%3D%22580%22%20y%3D%22445%22%20width%3D%22240%22%20height%3D%2230%22%20as%3D%22geometry%22%3E%3CmxRectangle%20width%3D%22240%22%20height%3D%2230%22%20as%3D%22alternateBounds%22%2F%3E%3C%2FmxGeometry%3E%3C%2FmxCell%3E%3C%2Froot%3E%3C%2FmxGraphModel%3E&lt;/span&gt;" style="shape=partialRectangle;connectable=0;fillColor=none;top=0;left=0;bottom=0;right=0;align=left;spacingLeft=6;overflow=hidden;whiteSpace=wrap;html=1;" parent="186" vertex="1">
                    <mxGeometry x="30" width="240" height="30" as="geometry">
                        <mxRectangle width="240" height="30" as="alternateBounds"/>
                    </mxGeometry>
                </mxCell>
                <mxCell id="131" value="" style="edgeStyle=orthogonalEdgeStyle;fontSize=12;html=1;endArrow=ERoneToMany;startArrow=ERmandOne;exitX=0;exitY=0.5;exitDx=0;exitDy=0;entryX=0;entryY=0.5;entryDx=0;entryDy=0;" parent="1" source="116" target="97" edge="1">
                    <mxGeometry width="100" height="100" relative="1" as="geometry">
                        <mxPoint x="390" y="380" as="sourcePoint"/>
                        <mxPoint x="490" y="280" as="targetPoint"/>
                        <Array as="points">
                            <mxPoint x="610" y="325"/>
                            <mxPoint x="610" y="15"/>
                        </Array>
                    </mxGeometry>
                </mxCell>
                <mxCell id="134" value="" style="edgeStyle=orthogonalEdgeStyle;fontSize=12;html=1;endArrow=ERoneToMany;startArrow=ERmandOne;exitX=0;exitY=0.5;exitDx=0;exitDy=0;entryX=1;entryY=0.5;entryDx=0;entryDy=0;" parent="1" source="72" target="65" edge="1">
                    <mxGeometry width="100" height="100" relative="1" as="geometry">
                        <mxPoint x="490" y="495" as="sourcePoint"/>
                        <mxPoint x="460" y="170" as="targetPoint"/>
                        <Array as="points">
                            <mxPoint x="580" y="-15"/>
                            <mxPoint x="580" y="35"/>
                        </Array>
                    </mxGeometry>
                </mxCell>
                <mxCell id="135" value="hora_trilhas" style="shape=table;startSize=30;container=1;collapsible=1;childLayout=tableLayout;fixedRows=1;rowLines=0;fontStyle=1;align=center;resizeLast=1;html=1;" parent="1" vertex="1">
                    <mxGeometry x="160" y="210" width="310" height="150" as="geometry"/>
                </mxCell>
                <mxCell id="136" value="" style="shape=tableRow;horizontal=0;startSize=0;swimlaneHead=0;swimlaneBody=0;fillColor=none;collapsible=0;dropTarget=0;points=[[0,0.5],[1,0.5]];portConstraint=eastwest;top=0;left=0;right=0;bottom=1;" parent="135" vertex="1">
                    <mxGeometry y="30" width="310" height="30" as="geometry"/>
                </mxCell>
                <mxCell id="137" value="PK" style="shape=partialRectangle;connectable=0;fillColor=none;top=0;left=0;bottom=0;right=0;fontStyle=1;overflow=hidden;whiteSpace=wrap;html=1;" parent="136" vertex="1">
                    <mxGeometry width="30" height="30" as="geometry">
                        <mxRectangle width="30" height="30" as="alternateBounds"/>
                    </mxGeometry>
                </mxCell>
                <mxCell id="138" value="id: INT(11)" style="shape=partialRectangle;connectable=0;fillColor=none;top=0;left=0;bottom=0;right=0;align=left;spacingLeft=6;fontStyle=5;overflow=hidden;whiteSpace=wrap;html=1;" parent="136" vertex="1">
                    <mxGeometry x="30" width="280" height="30" as="geometry">
                        <mxRectangle width="280" height="30" as="alternateBounds"/>
                    </mxGeometry>
                </mxCell>
                <mxCell id="151" style="shape=tableRow;horizontal=0;startSize=0;swimlaneHead=0;swimlaneBody=0;fillColor=none;collapsible=0;dropTarget=0;points=[[0,0.5],[1,0.5]];portConstraint=eastwest;top=0;left=0;right=0;bottom=1;" parent="135" vertex="1">
                    <mxGeometry y="60" width="310" height="30" as="geometry"/>
                </mxCell>
                <mxCell id="152" value="FK" style="shape=partialRectangle;connectable=0;fillColor=none;top=0;left=0;bottom=0;right=0;fontStyle=1;overflow=hidden;whiteSpace=wrap;html=1;" parent="151" vertex="1">
                    <mxGeometry width="30" height="30" as="geometry">
                        <mxRectangle width="30" height="30" as="alternateBounds"/>
                    </mxGeometry>
                </mxCell>
                <mxCell id="153" value="&lt;span style=&quot;color: rgb(0, 0, 0);&quot;&gt;id_trilha: INT(11)&lt;/span&gt;" style="shape=partialRectangle;connectable=0;fillColor=none;top=0;left=0;bottom=0;right=0;align=left;spacingLeft=6;fontStyle=5;overflow=hidden;whiteSpace=wrap;html=1;" parent="151" vertex="1">
                    <mxGeometry x="30" width="280" height="30" as="geometry">
                        <mxRectangle width="280" height="30" as="alternateBounds"/>
                    </mxGeometry>
                </mxCell>
                <mxCell id="183" value="" style="shape=tableRow;horizontal=0;startSize=0;swimlaneHead=0;swimlaneBody=0;fillColor=none;collapsible=0;dropTarget=0;points=[[0,0.5],[1,0.5]];portConstraint=eastwest;top=0;left=0;right=0;bottom=0;" parent="135" vertex="1">
                    <mxGeometry y="90" width="310" height="30" as="geometry"/>
                </mxCell>
                <mxCell id="184" value="" style="shape=partialRectangle;connectable=0;fillColor=none;top=0;left=0;bottom=0;right=0;editable=1;overflow=hidden;" parent="183" vertex="1">
                    <mxGeometry width="30" height="30" as="geometry">
                        <mxRectangle width="30" height="30" as="alternateBounds"/>
                    </mxGeometry>
                </mxCell>
                <mxCell id="185" value="hora_inicio: DATETIME " style="shape=partialRectangle;connectable=0;fillColor=none;top=0;left=0;bottom=0;right=0;align=left;spacingLeft=6;overflow=hidden;fontColor=#000000;" parent="183" vertex="1">
                    <mxGeometry x="30" width="280" height="30" as="geometry">
                        <mxRectangle width="280" height="30" as="alternateBounds"/>
                    </mxGeometry>
                </mxCell>
                <mxCell id="180" value="" style="shape=tableRow;horizontal=0;startSize=0;swimlaneHead=0;swimlaneBody=0;fillColor=none;collapsible=0;dropTarget=0;points=[[0,0.5],[1,0.5]];portConstraint=eastwest;top=0;left=0;right=0;bottom=0;" parent="135" vertex="1">
                    <mxGeometry y="120" width="310" height="30" as="geometry"/>
                </mxCell>
                <mxCell id="181" value="" style="shape=partialRectangle;connectable=0;fillColor=none;top=0;left=0;bottom=0;right=0;editable=1;overflow=hidden;" parent="180" vertex="1">
                    <mxGeometry width="30" height="30" as="geometry">
                        <mxRectangle width="30" height="30" as="alternateBounds"/>
                    </mxGeometry>
                </mxCell>
                <mxCell id="182" value="hora_fim: DATETIME " style="shape=partialRectangle;connectable=0;fillColor=none;top=0;left=0;bottom=0;right=0;align=left;spacingLeft=6;overflow=hidden;fontColor=#000000;" parent="180" vertex="1">
                    <mxGeometry x="30" width="280" height="30" as="geometry">
                        <mxRectangle width="280" height="30" as="alternateBounds"/>
                    </mxGeometry>
                </mxCell>
                <mxCell id="157" value="" style="edgeStyle=orthogonalEdgeStyle;fontSize=12;html=1;endArrow=ERmandOne;startArrow=ERmandOne;exitX=0;exitY=0.5;exitDx=0;exitDy=0;endFill=0;entryX=0;entryY=0.5;entryDx=0;entryDy=0;" parent="1" source="85" target="151" edge="1">
                    <mxGeometry width="100" height="100" relative="1" as="geometry">
                        <mxPoint x="500" y="510" as="sourcePoint"/>
                        <mxPoint x="70" y="220" as="targetPoint"/>
                        <Array as="points">
                            <mxPoint x="110" y="455"/>
                            <mxPoint x="110" y="285"/>
                        </Array>
                    </mxGeometry>
                </mxCell>
                <mxCell id="158" value="" style="edgeStyle=orthogonalEdgeStyle;fontSize=12;html=1;endArrow=ERoneToMany;startArrow=ERmandOne;exitX=0;exitY=0.667;exitDx=0;exitDy=0;entryX=1;entryY=0.5;entryDx=0;entryDy=0;exitPerimeter=0;" parent="1" source="72" target="190" edge="1">
                    <mxGeometry width="100" height="100" relative="1" as="geometry">
                        <mxPoint x="480" y="275" as="sourcePoint"/>
                        <mxPoint x="490" y="330" as="targetPoint"/>
                    </mxGeometry>
                </mxCell>
                <mxCell id="84" value="trilhas" style="shape=table;startSize=30;container=1;collapsible=1;childLayout=tableLayout;fixedRows=1;rowLines=0;fontStyle=1;align=center;resizeLast=1;html=1;" parent="1" vertex="1">
                    <mxGeometry x="190" y="410" width="280" height="240" as="geometry"/>
                </mxCell>
                <mxCell id="85" value="" style="shape=tableRow;horizontal=0;startSize=0;swimlaneHead=0;swimlaneBody=0;fillColor=none;collapsible=0;dropTarget=0;points=[[0,0.5],[1,0.5]];portConstraint=eastwest;top=0;left=0;right=0;bottom=1;" parent="84" vertex="1">
                    <mxGeometry y="30" width="280" height="30" as="geometry"/>
                </mxCell>
                <mxCell id="86" value="PK" style="shape=partialRectangle;connectable=0;fillColor=none;top=0;left=0;bottom=0;right=0;fontStyle=1;overflow=hidden;whiteSpace=wrap;html=1;" parent="85" vertex="1">
                    <mxGeometry width="30" height="30" as="geometry">
                        <mxRectangle width="30" height="30" as="alternateBounds"/>
                    </mxGeometry>
                </mxCell>
                <mxCell id="87" value="id: INT(11)" style="shape=partialRectangle;connectable=0;fillColor=none;top=0;left=0;bottom=0;right=0;align=left;spacingLeft=6;fontStyle=5;overflow=hidden;whiteSpace=wrap;html=1;" parent="85" vertex="1">
                    <mxGeometry x="30" width="250" height="30" as="geometry">
                        <mxRectangle width="250" height="30" as="alternateBounds"/>
                    </mxGeometry>
                </mxCell>
-                 <mxCell id="190" style="shape=tableRow;horizontal=0;startSize=0;swimlaneHead=0;swimlaneBody=0;fillColor=none;collapsible=0;dropTarget=0;points=[[0,0.5],[1,0.5]];portConstraint=eastwest;top=0;left=0;right=0;bottom=1;" vertex="1" parent="84">
+                 <mxCell id="190" style="shape=tableRow;horizontal=0;startSize=0;swimlaneHead=0;swimlaneBody=0;fillColor=none;collapsible=0;dropTarget=0;points=[[0,0.5],[1,0.5]];portConstraint=eastwest;top=0;left=0;right=0;bottom=1;" parent="84" vertex="1">
                    <mxGeometry y="60" width="280" height="30" as="geometry"/>
                </mxCell>
-                 <mxCell id="191" value="FK" style="shape=partialRectangle;connectable=0;fillColor=none;top=0;left=0;bottom=0;right=0;fontStyle=1;overflow=hidden;whiteSpace=wrap;html=1;" vertex="1" parent="190">
-                     <mxGeometry width="30" height="30" as="geometry">
-                         <mxRectangle width="30" height="30" as="alternateBounds"/>
-                     </mxGeometry>
-                 </mxCell>
-                 <mxCell id="192" value="&lt;span style=&quot;color: rgb(0, 0, 0);&quot;&gt;id_cao: INT(11)&lt;/span&gt;" style="shape=partialRectangle;connectable=0;fillColor=none;top=0;left=0;bottom=0;right=0;align=left;spacingLeft=6;fontStyle=5;overflow=hidden;whiteSpace=wrap;html=1;" vertex="1" parent="190">
+                 <mxCell id="191" value="FK" style="shape=partialRectangle;connectable=0;fillColor=none;top=0;left=0;bottom=0;right=0;fontStyle=1;overflow=hidden;whiteSpace=wrap;html=1;" parent="190" vertex="1">
+                     <mxGeometry width="30" height="30" as="geometry">
+                         <mxRectangle width="30" height="30" as="alternateBounds"/>
+                     </mxGeometry>
+                 </mxCell>
+                 <mxCell id="192" value="&lt;span style=&quot;color: rgb(0, 0, 0);&quot;&gt;id_cao: INT(11)&lt;/span&gt;" style="shape=partialRectangle;connectable=0;fillColor=none;top=0;left=0;bottom=0;right=0;align=left;spacingLeft=6;fontStyle=5;overflow=hidden;whiteSpace=wrap;html=1;" parent="190" vertex="1">
                    <mxGeometry x="30" width="250" height="30" as="geometry">
                        <mxRectangle width="250" height="30" as="alternateBounds"/>
                    </mxGeometry>
                </mxCell>
                <mxCell id="88" value="" style="shape=tableRow;horizontal=0;startSize=0;swimlaneHead=0;swimlaneBody=0;fillColor=none;collapsible=0;dropTarget=0;points=[[0,0.5],[1,0.5]];portConstraint=eastwest;top=0;left=0;right=0;bottom=0;" parent="84" vertex="1">
                    <mxGeometry y="90" width="280" height="30" as="geometry"/>
                </mxCell>
                <mxCell id="89" value="" style="shape=partialRectangle;connectable=0;fillColor=none;top=0;left=0;bottom=0;right=0;editable=1;overflow=hidden;whiteSpace=wrap;html=1;" parent="88" vertex="1">
                    <mxGeometry width="30" height="30" as="geometry">
                        <mxRectangle width="30" height="30" as="alternateBounds"/>
                    </mxGeometry>
                </mxCell>
                <mxCell id="90" value="nome: VARCHAR(150)" style="shape=partialRectangle;connectable=0;fillColor=none;top=0;left=0;bottom=0;right=0;align=left;spacingLeft=6;overflow=hidden;whiteSpace=wrap;html=1;" parent="88" vertex="1">
                    <mxGeometry x="30" width="250" height="30" as="geometry">
                        <mxRectangle width="250" height="30" as="alternateBounds"/>
                    </mxGeometry>
                </mxCell>
                <mxCell id="91" value="" style="shape=tableRow;horizontal=0;startSize=0;swimlaneHead=0;swimlaneBody=0;fillColor=none;collapsible=0;dropTarget=0;points=[[0,0.5],[1,0.5]];portConstraint=eastwest;top=0;left=0;right=0;bottom=0;" parent="84" vertex="1">
                    <mxGeometry y="120" width="280" height="30" as="geometry"/>
                </mxCell>
                <mxCell id="92" value="" style="shape=partialRectangle;connectable=0;fillColor=none;top=0;left=0;bottom=0;right=0;editable=1;overflow=hidden;whiteSpace=wrap;html=1;" parent="91" vertex="1">
                    <mxGeometry width="30" height="30" as="geometry">
                        <mxRectangle width="30" height="30" as="alternateBounds"/>
                    </mxGeometry>
                </mxCell>
                <mxCell id="93" value="data: DATE&amp;nbsp;" style="shape=partialRectangle;connectable=0;fillColor=none;top=0;left=0;bottom=0;right=0;align=left;spacingLeft=6;overflow=hidden;whiteSpace=wrap;html=1;" parent="91" vertex="1">
                    <mxGeometry x="30" width="250" height="30" as="geometry">
                        <mxRectangle width="250" height="30" as="alternateBounds"/>
                    </mxGeometry>
                </mxCell>
                <mxCell id="94" value="" style="shape=tableRow;horizontal=0;startSize=0;swimlaneHead=0;swimlaneBody=0;fillColor=none;collapsible=0;dropTarget=0;points=[[0,0.5],[1,0.5]];portConstraint=eastwest;top=0;left=0;right=0;bottom=0;" parent="84" vertex="1">
                    <mxGeometry y="150" width="280" height="30" as="geometry"/>
                </mxCell>
                <mxCell id="95" value="" style="shape=partialRectangle;connectable=0;fillColor=none;top=0;left=0;bottom=0;right=0;editable=1;overflow=hidden;whiteSpace=wrap;html=1;" parent="94" vertex="1">
                    <mxGeometry width="30" height="30" as="geometry">
                        <mxRectangle width="30" height="30" as="alternateBounds"/>
                    </mxGeometry>
                </mxCell>
                <mxCell id="96" value="kms: DECIMAL(5,2)" style="shape=partialRectangle;connectable=0;fillColor=none;top=0;left=0;bottom=0;right=0;align=left;spacingLeft=6;overflow=hidden;whiteSpace=wrap;html=1;" parent="94" vertex="1">
                    <mxGeometry x="30" width="250" height="30" as="geometry">
                        <mxRectangle width="250" height="30" as="alternateBounds"/>
                    </mxGeometry>
                </mxCell>
                <mxCell id="112" style="shape=tableRow;horizontal=0;startSize=0;swimlaneHead=0;swimlaneBody=0;fillColor=none;collapsible=0;dropTarget=0;points=[[0,0.5],[1,0.5]];portConstraint=eastwest;top=0;left=0;right=0;bottom=0;" parent="84" vertex="1">
                    <mxGeometry y="180" width="280" height="30" as="geometry"/>
                </mxCell>
                <mxCell id="113" style="shape=partialRectangle;connectable=0;fillColor=none;top=0;left=0;bottom=0;right=0;editable=1;overflow=hidden;whiteSpace=wrap;html=1;" parent="112" vertex="1">
                    <mxGeometry width="30" height="30" as="geometry">
                        <mxRectangle width="30" height="30" as="alternateBounds"/>
                    </mxGeometry>
                </mxCell>
                <mxCell id="114" value="localidade: VARCHAR(100)" style="shape=partialRectangle;connectable=0;fillColor=none;top=0;left=0;bottom=0;right=0;align=left;spacingLeft=6;overflow=hidden;whiteSpace=wrap;html=1;" parent="112" vertex="1">
                    <mxGeometry x="30" width="250" height="30" as="geometry">
                        <mxRectangle width="250" height="30" as="alternateBounds"/>
                    </mxGeometry>
                </mxCell>
                <mxCell id="109" style="shape=tableRow;horizontal=0;startSize=0;swimlaneHead=0;swimlaneBody=0;fillColor=none;collapsible=0;dropTarget=0;points=[[0,0.5],[1,0.5]];portConstraint=eastwest;top=0;left=0;right=0;bottom=0;" parent="84" vertex="1">
                    <mxGeometry y="210" width="280" height="30" as="geometry"/>
                </mxCell>
                <mxCell id="110" style="shape=partialRectangle;connectable=0;fillColor=none;top=0;left=0;bottom=0;right=0;editable=1;overflow=hidden;whiteSpace=wrap;html=1;" parent="109" vertex="1">
                    <mxGeometry width="30" height="30" as="geometry">
                        <mxRectangle width="30" height="30" as="alternateBounds"/>
                    </mxGeometry>
                </mxCell>
                <mxCell id="111" value="localizacao&lt;span style=&quot;color: rgb(0, 0, 0);&quot;&gt;: VARCHAR(100)&lt;/span&gt;" style="shape=partialRectangle;connectable=0;fillColor=none;top=0;left=0;bottom=0;right=0;align=left;spacingLeft=6;overflow=hidden;whiteSpace=wrap;html=1;" parent="109" vertex="1">
                    <mxGeometry x="30" width="250" height="30" as="geometry">
                        <mxRectangle width="250" height="30" as="alternateBounds"/>
                    </mxGeometry>
                </mxCell>
            </root>
        </mxGraphModel>
    </diagram>
</mxfile>